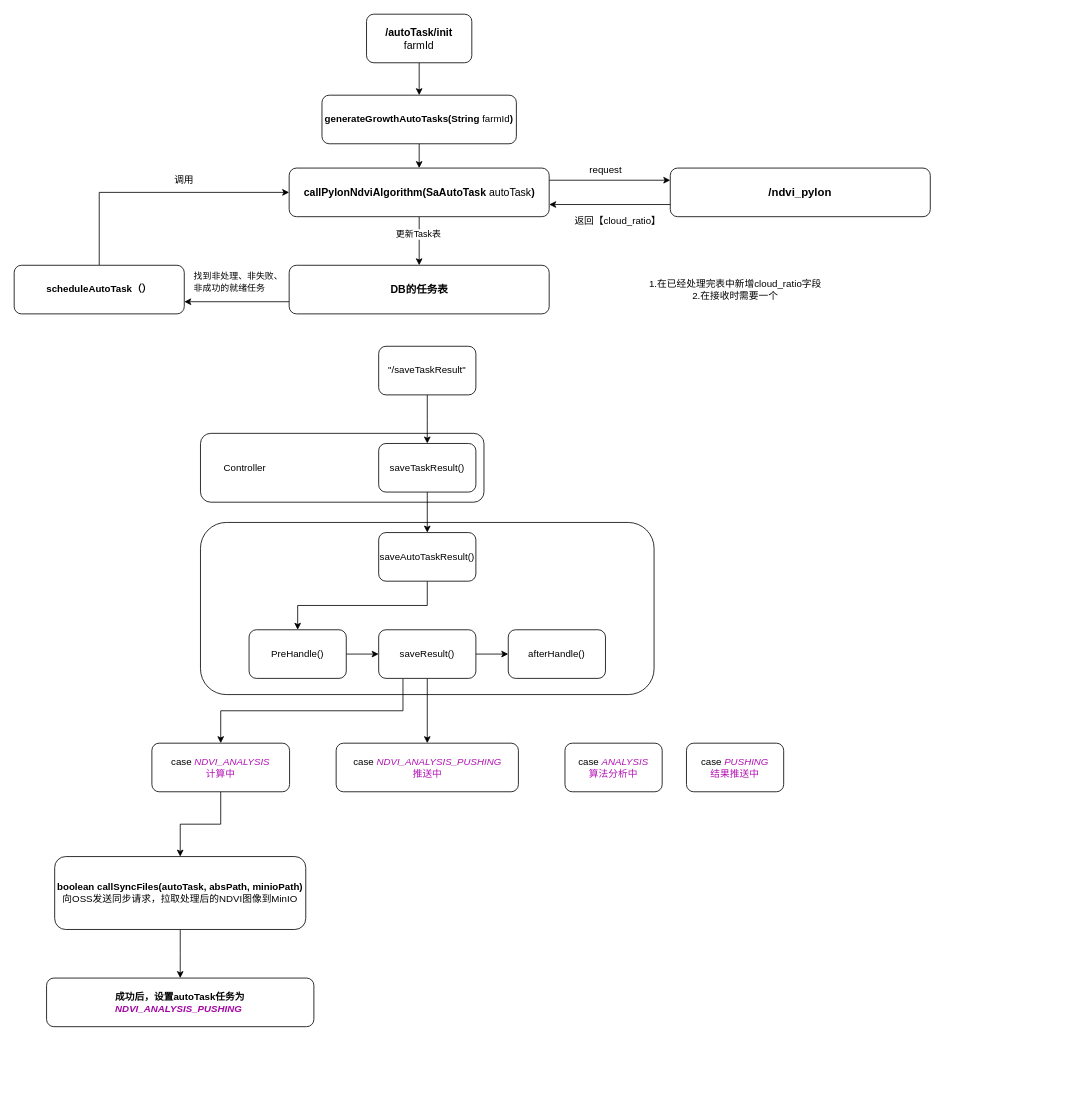
This is page "第 1 页" (1 of 2) of SA架构.drawio from RK-JD/DrawIO, a draw.io file, before an edit. Source tidied: cells renumbered, new cells numbered last; positions are measured from the earlier drawing's top-left corner, leaving out a move shared by most shapes. Both pictures are drawn from the tidied source at 81%, with x=0, y=0 at pixel (14, 14).
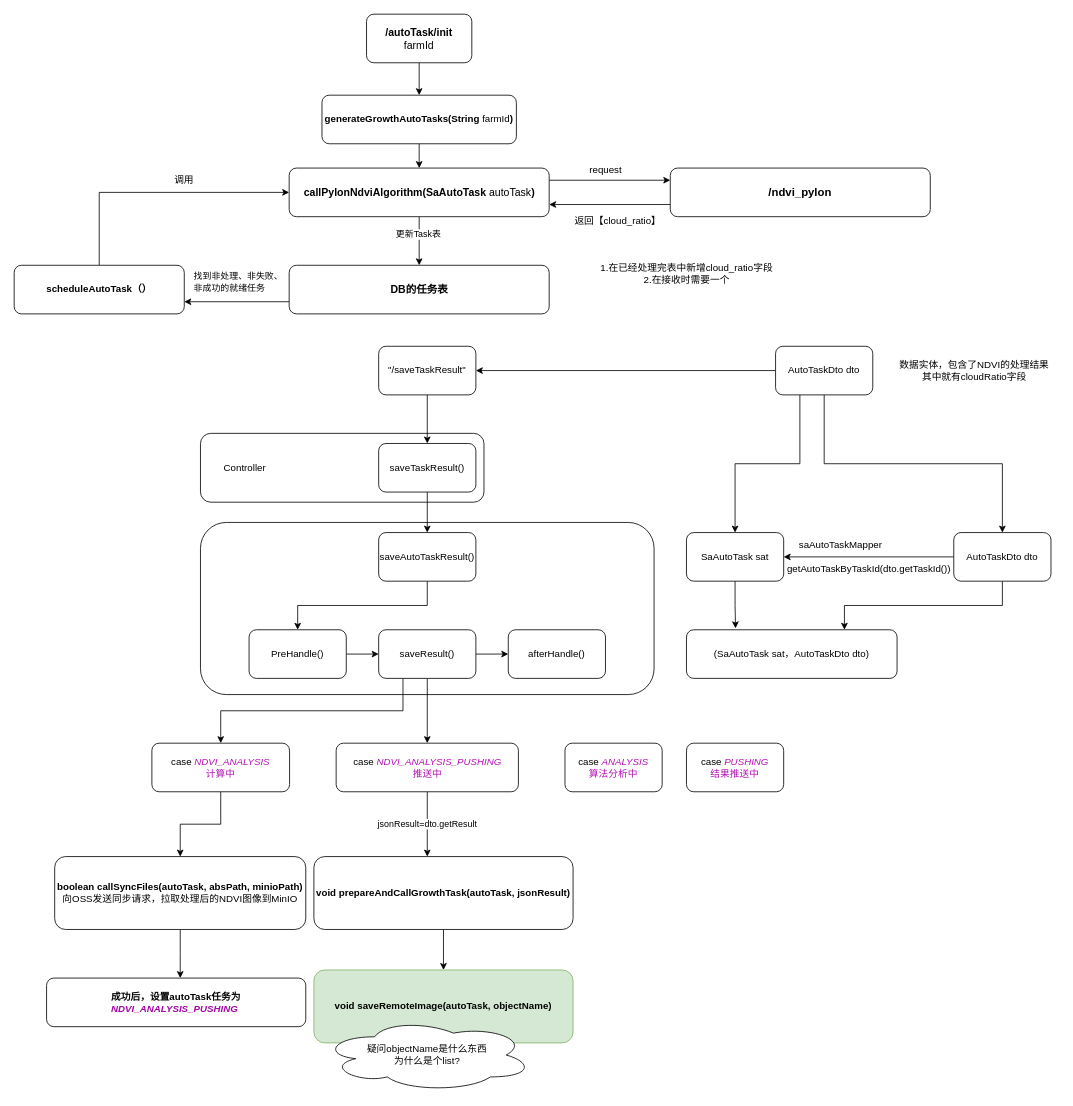
The same diagram, later.

The change refers to these unchanged cells:
```xml
<mxCell id="24" value="&quot;/saveTaskResult&quot;" style="rounded=1;whiteSpace=wrap;html=1;" parent="1" vertex="1">
  <mxGeometry x="450" y="410" width="120" height="60" as="geometry" />
</mxCell>
<mxCell id="39" value="&lt;span style=&quot;text-align: left;&quot;&gt;case&amp;nbsp;&lt;/span&gt;&lt;font color=&quot;#b212b5&quot;&gt;&lt;i&gt;NDVI_ANALYSIS_PUSHING&lt;/i&gt;&lt;/font&gt;&lt;div&gt;&lt;font color=&quot;#b212b5&quot;&gt;推送中&lt;/font&gt;&lt;/div&gt;" style="rounded=1;whiteSpace=wrap;html=1;" parent="1" vertex="1">
  <mxGeometry x="397.5" y="900" width="225" height="60" as="geometry" />
</mxCell>
```

The edit, as a diff of the source:
```diff
@@
     <mxCell id="14" value="1.在已经处理完表中新增cloud_ratio字段&lt;br&gt;2.在接收时需要一个" style="text;html=1;align=center;verticalAlign=middle;strokeColor=none;fillColor=none;" parent="1" vertex="1">
-      <mxGeometry x="770" y="320" width="240" height="40" as="geometry" />
+      <mxGeometry x="710" y="300" width="240" height="40" as="geometry" />
     </mxCell>
@@
+    <mxCell id="45" style="edgeStyle=orthogonalEdgeStyle;rounded=0;jettySize=auto;html=1;exitX=0.5;exitY=1;exitDx=0;exitDy=0;" parent="1" edge="1" source="39">
+      <mxGeometry relative="1" as="geometry">
+        <mxPoint x="510" y="1040" as="targetPoint" />
+      </mxGeometry>
+    </mxCell>
+    <mxCell id="46" value="jsonResult=dto.getResult" style="edgeLabel;html=1;align=center;verticalAlign=middle;" parent="45" vertex="1">
+      <mxGeometry x="-0.03" y="-1" relative="1" as="geometry" />
+    </mxCell>
@@
     <mxCell id="44" value="&lt;div style=&quot;text-align: left;&quot;&gt;&lt;b&gt;成功后，设置autoTask任务为&lt;/b&gt;&lt;/div&gt;&lt;div style=&quot;text-align: left;&quot;&gt;&lt;b&gt;&lt;i&gt;&lt;font color=&quot;#a407a6&quot;&gt;NDVI_ANALYSIS_PUSHING&lt;/font&gt;&lt;/i&gt;&lt;/b&gt;&lt;/div&gt;" style="rounded=1;whiteSpace=wrap;html=1;" parent="1" vertex="1">
-      <mxGeometry x="40" y="1190" width="330" height="60" as="geometry" />
+      <mxGeometry x="40" y="1190" width="320" height="60" as="geometry" />
     </mxCell>
+    <mxCell id="47" style="edgeStyle=orthogonalEdgeStyle;rounded=0;jettySize=auto;html=1;exitX=0.5;exitY=1;exitDx=0;exitDy=0;entryX=0.5;entryY=0;entryDx=0;entryDy=0;" parent="1" edge="1" source="48" target="62">
+      <mxGeometry relative="1" as="geometry" />
+    </mxCell>
+    <mxCell id="48" value="&lt;div style=&quot;text-align: center;&quot;&gt;&lt;span style=&quot;text-align: left;&quot;&gt;&lt;b&gt;void prepareAndCallGrowthTask(autoTask, jsonResult)&lt;/b&gt;&lt;/span&gt;&lt;/div&gt;" style="rounded=1;whiteSpace=wrap;html=1;" parent="1" vertex="1">
+      <mxGeometry x="370" y="1040" width="320" height="90" as="geometry" />
+    </mxCell>
+    <mxCell id="49" style="edgeStyle=orthogonalEdgeStyle;rounded=0;jettySize=auto;html=1;exitX=0;exitY=0.5;exitDx=0;exitDy=0;entryX=1;entryY=0.5;entryDx=0;entryDy=0;" parent="1" edge="1" source="52" target="24">
+      <mxGeometry relative="1" as="geometry" />
+    </mxCell>
+    <mxCell id="50" style="edgeStyle=orthogonalEdgeStyle;rounded=0;jettySize=auto;html=1;exitX=0.5;exitY=1;exitDx=0;exitDy=0;" parent="1" edge="1" source="52" target="56">
+      <mxGeometry relative="1" as="geometry" />
+    </mxCell>
+    <mxCell id="51" style="edgeStyle=orthogonalEdgeStyle;rounded=0;jettySize=auto;html=1;exitX=0.25;exitY=1;exitDx=0;exitDy=0;entryX=0.5;entryY=0;entryDx=0;entryDy=0;" parent="1" edge="1" source="52" target="57">
+      <mxGeometry relative="1" as="geometry" />
+    </mxCell>
+    <mxCell id="52" value="&lt;span style=&quot;text-align: left;&quot;&gt;AutoTaskDto dto&lt;/span&gt;" style="rounded=1;whiteSpace=wrap;html=1;" parent="1" vertex="1">
+      <mxGeometry x="940" y="410" width="120" height="60" as="geometry" />
+    </mxCell>
+    <mxCell id="53" value="数据实体，包含了NDVI的处理结果&lt;div&gt;其中就有cloudRatio字段&lt;/div&gt;" style="text;html=1;align=center;verticalAlign=middle;strokeColor=none;fillColor=none;" parent="1" vertex="1">
+      <mxGeometry x="1080" y="420" width="210" height="40" as="geometry" />
+    </mxCell>
+    <mxCell id="54" style="edgeStyle=orthogonalEdgeStyle;rounded=0;jettySize=auto;html=1;exitX=0;exitY=0.5;exitDx=0;exitDy=0;entryX=1;entryY=0.5;entryDx=0;entryDy=0;" parent="1" edge="1" source="56" target="57">
+      <mxGeometry relative="1" as="geometry" />
+    </mxCell>
+    <mxCell id="55" style="edgeStyle=orthogonalEdgeStyle;rounded=0;jettySize=auto;html=1;exitX=0.5;exitY=1;exitDx=0;exitDy=0;entryX=0.75;entryY=0;entryDx=0;entryDy=0;" parent="1" edge="1" source="56" target="60">
+      <mxGeometry relative="1" as="geometry" />
+    </mxCell>
+    <mxCell id="56" value="&lt;span style=&quot;text-align: left;&quot;&gt;AutoTaskDto dto&lt;/span&gt;" style="rounded=1;whiteSpace=wrap;html=1;" parent="1" vertex="1">
+      <mxGeometry x="1160" y="640" width="120" height="60" as="geometry" />
+    </mxCell>
+    <mxCell id="57" value="&lt;span style=&quot;text-align: left;&quot;&gt;SaAutoTask sat&lt;/span&gt;" style="rounded=1;whiteSpace=wrap;html=1;" parent="1" vertex="1">
+      <mxGeometry x="830" y="640" width="120" height="60" as="geometry" />
+    </mxCell>
+    <mxCell id="58" value="&lt;span style=&quot;text-align: left; text-wrap: wrap;&quot;&gt;saAutoTaskMapper&lt;/span&gt;" style="text;html=1;align=center;verticalAlign=middle;strokeColor=none;fillColor=none;" parent="1" vertex="1">
+      <mxGeometry x="955" y="640" width="130" height="30" as="geometry" />
+    </mxCell>
+    <mxCell id="59" value="&lt;div style=&quot;text-align: left;&quot;&gt;&lt;span style=&quot;background-color: initial; text-wrap: wrap;&quot;&gt;getAutoTaskByTaskId(dto.getTaskId())&lt;/span&gt;&lt;/div&gt;" style="text;html=1;align=center;verticalAlign=middle;strokeColor=none;fillColor=none;" parent="1" vertex="1">
+      <mxGeometry x="940" y="670" width="230" height="30" as="geometry" />
+    </mxCell>
+    <mxCell id="60" value="&lt;span style=&quot;text-align: left;&quot;&gt;(SaAutoTask sat，&lt;/span&gt;&lt;span style=&quot;text-align: left;&quot;&gt;AutoTaskDto dto)&lt;/span&gt;" style="rounded=1;whiteSpace=wrap;html=1;" parent="1" vertex="1">
+      <mxGeometry x="830" y="760" width="260" height="60" as="geometry" />
+    </mxCell>
+    <mxCell id="61" style="edgeStyle=orthogonalEdgeStyle;rounded=0;jettySize=auto;html=1;exitX=0.5;exitY=1;exitDx=0;exitDy=0;entryX=0.233;entryY=-0.03;entryDx=0;entryDy=0;entryPerimeter=0;" parent="1" edge="1" source="57" target="60">
+      <mxGeometry relative="1" as="geometry" />
+    </mxCell>
+    <mxCell id="62" value="&lt;div style=&quot;text-align: center;&quot;&gt;&lt;span style=&quot;text-align: left;&quot;&gt;&lt;b&gt;void saveRemoteImage(autoTask, objectName)&lt;/b&gt;&lt;/span&gt;&lt;/div&gt;" style="rounded=1;whiteSpace=wrap;html=1;fillColor=#d5e8d4;strokeColor=#82b366;" parent="1" vertex="1">
+      <mxGeometry x="370" y="1180" width="320" height="90" as="geometry" />
+    </mxCell>
+    <mxCell id="63" value="疑问objectName是什么东西&lt;br&gt;为什么是个list?" style="ellipse;shape=cloud;whiteSpace=wrap;html=1;" parent="1" vertex="1">
+      <mxGeometry x="380" y="1240" width="260" height="90" as="geometry" />
+    </mxCell>
```
